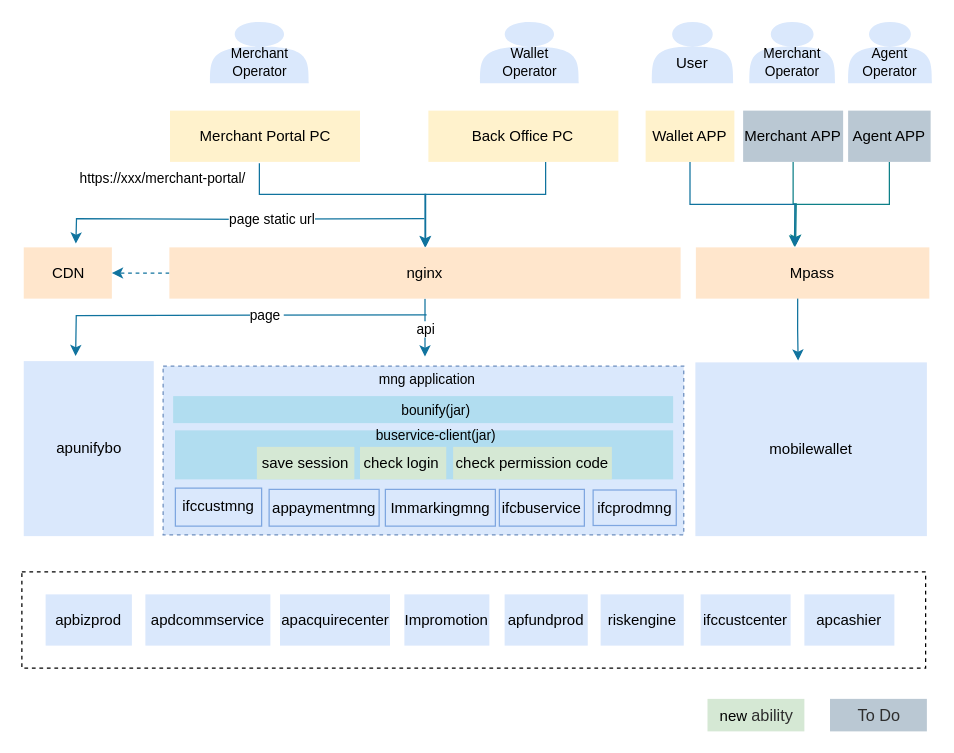
The draw.io diagram Merchant portal.drawio in renqiuming/drawio, before the edit. Source tidied: cells renumbered, new cells numbered last; positions are measured from the earlier drawing's top-left corner, leaving out a move shared by most shapes. Both pictures are drawn from the tidied source at 125%, with x=0, y=0 at pixel (21, 21).
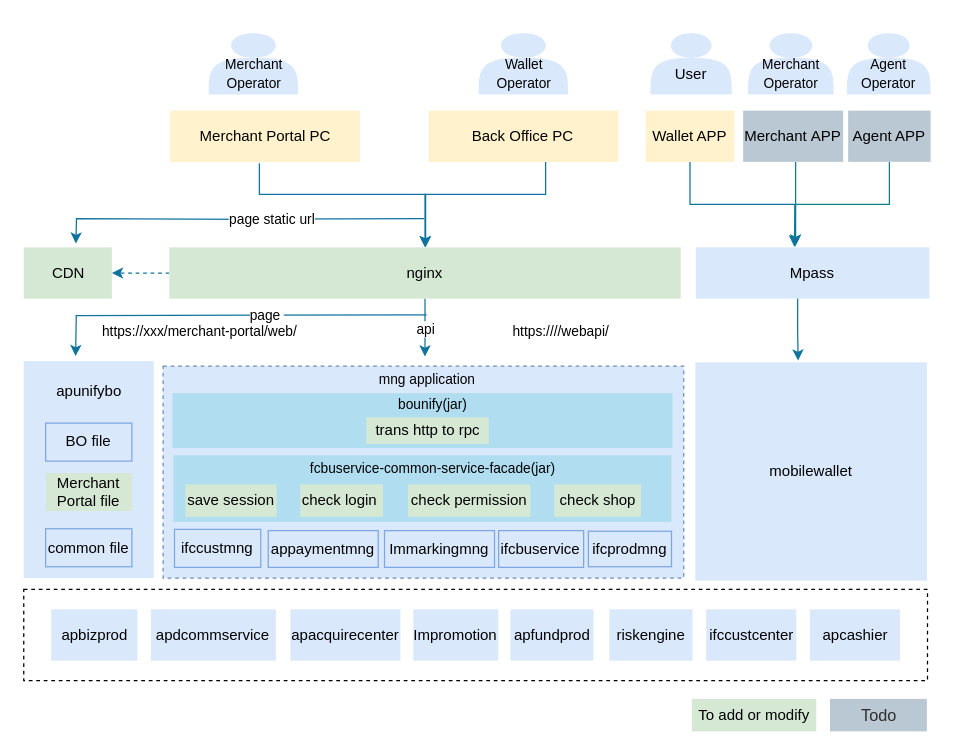
After the change.

Unchanged cells that the change refers to:
```xml
<mxCell id="5" value="Merchant&amp;nbsp;APP" style="rounded=0;whiteSpace=wrap;html=1;fillColor=#bac8d3;strokeColor=none;" parent="1" vertex="1">
  <mxGeometry x="577" y="71" width="80" height="41" as="geometry" />
</mxCell>
```

What changed in the source:
```diff
@@
     <mxCell id="2" style="rounded=0;whiteSpace=wrap;html=1;dashed=1;fillColor=#dae8fc;strokeColor=#6c8ebf;" parent="1" vertex="1">
-      <mxGeometry x="113" y="275.4" width="416.5" height="135" as="geometry" />
+      <mxGeometry x="113" y="275.4" width="416.5" height="169.6" as="geometry" />
     </mxCell>
@@
     <mxCell id="4" style="edgeStyle=orthogonalEdgeStyle;rounded=0;jettySize=auto;html=1;fillColor=#b0e3e6;strokeColor=#0e8088;" parent="1" edge="1" source="5">
       <mxGeometry relative="1" as="geometry">
         <mxPoint x="619" y="179" as="targetPoint" />
+        <Array as="points">
+          <mxPoint x="619" y="125" />
+          <mxPoint x="619" y="125" />
+        </Array>
       </mxGeometry>
     </mxCell>
@@
     <mxCell id="6" value="mobilewallet" style="rounded=0;whiteSpace=wrap;html=1;fillColor=#dae8fc;strokeColor=none;" parent="1" vertex="1">
-      <mxGeometry x="538.8" y="272.4" width="185.2" height="139" as="geometry" />
+      <mxGeometry x="538.8" y="272.4" width="185.2" height="174.6" as="geometry" />
     </mxCell>
@@
-    <mxCell id="8" value="Mpass" style="rounded=0;whiteSpace=wrap;html=1;fillColor=#ffe6cc;strokeColor=none;" parent="1" vertex="1">
+    <mxCell id="8" value="Mpass" style="rounded=0;whiteSpace=wrap;html=1;fillColor=#dae8fc;strokeColor=none;" parent="1" vertex="1">
       <mxGeometry x="539.2" y="180.4" width="186.8" height="41" as="geometry" />
     </mxCell>
@@
-    <mxCell id="12" value="nginx" style="rounded=0;whiteSpace=wrap;html=1;fillColor=#ffe6cc;strokeColor=none;" parent="1" vertex="1">
+    <mxCell id="12" value="nginx" style="rounded=0;whiteSpace=wrap;html=1;fillColor=#d5e8d4;strokeColor=none;" parent="1" vertex="1">
       <mxGeometry x="118" y="180.4" width="409" height="41" as="geometry" />
     </mxCell>
     <mxCell id="13" value="ifccustmng" style="rounded=0;whiteSpace=wrap;html=1;fillColor=none;strokeColor=#7EA6E0;" parent="1" vertex="1">
-      <mxGeometry x="122.8" y="373" width="69" height="30.4" as="geometry" />
+      <mxGeometry x="122.1" y="406" width="69" height="30.4" as="geometry" />
     </mxCell>
     <mxCell id="14" value="appaymentmng" style="rounded=0;whiteSpace=wrap;html=1;fillColor=none;strokeColor=#7EA6E0;" parent="1" vertex="1">
-      <mxGeometry x="197.8" y="374" width="88" height="29.4" as="geometry" />
+      <mxGeometry x="197.1" y="407" width="88" height="29.4" as="geometry" />
     </mxCell>
     <mxCell id="15" value="Immarkingmng" style="rounded=0;whiteSpace=wrap;html=1;fillColor=none;strokeColor=#7EA6E0;" parent="1" vertex="1">
-      <mxGeometry x="290.8" y="374" width="88" height="29.4" as="geometry" />
+      <mxGeometry x="290.1" y="407" width="88" height="29.4" as="geometry" />
     </mxCell>
     <mxCell id="16" value="ifcbuservice" style="rounded=0;whiteSpace=wrap;html=1;fillColor=none;strokeColor=#7EA6E0;" parent="1" vertex="1">
-      <mxGeometry x="382" y="374" width="68" height="29.4" as="geometry" />
+      <mxGeometry x="381.4" y="407" width="68" height="29.4" as="geometry" />
     </mxCell>
@@
-    <mxCell id="19" value="CDN" style="rounded=0;whiteSpace=wrap;html=1;fillColor=#ffe6cc;strokeColor=none;" parent="1" vertex="1">
+    <mxCell id="19" value="CDN" style="rounded=0;whiteSpace=wrap;html=1;fillColor=#d5e8d4;strokeColor=none;" parent="1" vertex="1">
       <mxGeometry x="1.5" y="180.4" width="70.5" height="41" as="geometry" />
     </mxCell>
@@
     <mxCell id="21" value="&lt;font style=&quot;font-size: 11px;&quot;&gt;&lt;br style=&quot;font-size: 11px;&quot;&gt;Agent&lt;br&gt;Operator&lt;/font&gt;" style="shape=actor;whiteSpace=wrap;html=1;fillColor=#dae8fc;strokeColor=none;" parent="1" vertex="1">
-      <mxGeometry x="661" width="67" height="49" as="geometry" />
+      <mxGeometry x="660" y="9" width="67" height="49" as="geometry" />
     </mxCell>
-    <mxCell id="22" value="&lt;div style=&quot;text-align: start;&quot;&gt;&lt;span style=&quot;caret-color: rgb(46, 46, 46);&quot;&gt;apunifybo&lt;/span&gt;&lt;/div&gt;" style="rounded=0;whiteSpace=wrap;html=1;fillColor=#dae8fc;strokeColor=none;" parent="1" vertex="1">
-      <mxGeometry x="1.5" y="271.4" width="104" height="140" as="geometry" />
+    <mxCell id="22" value="&lt;div style=&quot;text-align: start;&quot;&gt;&lt;br&gt;&lt;/div&gt;" style="rounded=0;whiteSpace=wrap;html=1;fillColor=#dae8fc;strokeColor=none;" parent="1" vertex="1">
+      <mxGeometry x="1.5" y="271.4" width="104" height="173.6" as="geometry" />
     </mxCell>
     <mxCell id="23" style="rounded=0;whiteSpace=wrap;html=1;fillColor=#b1ddf0;strokeColor=none;" parent="1" vertex="1">
-      <mxGeometry x="121" y="299.4" width="400" height="21.6" as="geometry" />
+      <mxGeometry x="120.5" y="297" width="400" height="44" as="geometry" />
     </mxCell>
@@
     <mxCell id="25" value="ifcprodmng" style="rounded=0;whiteSpace=wrap;html=1;fillColor=none;strokeColor=#7EA6E0;" parent="1" vertex="1">
-      <mxGeometry x="457" y="374.5" width="66.5" height="28.4" as="geometry" />
+      <mxGeometry x="453.2" y="407.5" width="66.5" height="28.4" as="geometry" />
     </mxCell>
-    <mxCell id="26" value="bounify(jar)" style="text;html=1;strokeColor=none;fillColor=none;align=center;verticalAlign=middle;whiteSpace=wrap;rounded=0;fontSize=11;" parent="1" vertex="1">
-      <mxGeometry x="266" y="301.4" width="131" height="20" as="geometry" />
+    <mxCell id="26" value="bounify(jar)&amp;nbsp;" style="text;html=1;strokeColor=none;fillColor=none;align=center;verticalAlign=middle;whiteSpace=wrap;rounded=0;fontSize=11;" parent="1" vertex="1">
+      <mxGeometry x="264.5" y="296.4" width="131" height="20" as="geometry" />
     </mxCell>
@@
     <mxCell id="29" value="&lt;font style=&quot;font-size: 11px;&quot;&gt;&lt;br style=&quot;font-size: 11px;&quot;&gt;Merchant &lt;br&gt;Operator&lt;/font&gt;" style="shape=actor;whiteSpace=wrap;html=1;fillColor=#dae8fc;strokeColor=none;" parent="1" vertex="1">
-      <mxGeometry x="150.5" width="79" height="49" as="geometry" />
+      <mxGeometry x="149.5" y="9" width="71.5" height="49" as="geometry" />
     </mxCell>
     <mxCell id="30" value="&lt;font style=&quot;font-size: 11px;&quot;&gt;&lt;br style=&quot;font-size: 11px;&quot;&gt;Merchant&lt;br&gt;Operator&lt;/font&gt;" style="shape=actor;whiteSpace=wrap;html=1;fillColor=#dae8fc;strokeColor=none;" parent="1" vertex="1">
-      <mxGeometry x="582" width="68.5" height="49" as="geometry" />
+      <mxGeometry x="581" y="9" width="68.5" height="49" as="geometry" />
     </mxCell>
     <mxCell id="31" value="&lt;font style=&quot;font-size: 11px;&quot;&gt;&lt;br style=&quot;font-size: 11px;&quot;&gt;Wallet&lt;br&gt;Operator&lt;/font&gt;" style="shape=actor;whiteSpace=wrap;html=1;fillColor=#dae8fc;strokeColor=none;" parent="1" vertex="1">
-      <mxGeometry x="366.5" width="79" height="49" as="geometry" />
+      <mxGeometry x="365.5" y="9" width="71.5" height="49" as="geometry" />
     </mxCell>
@@
-    <mxCell id="34" value="new&amp;nbsp;&lt;span style=&quot;caret-color: rgb(46, 46, 46); color: rgb(46, 46, 46); font-family: Hei; font-size: 13px; text-align: start; text-size-adjust: auto;&quot;&gt;ability&lt;/span&gt;" style="rounded=0;whiteSpace=wrap;html=1;fillColor=#d5e8d4;strokeColor=none;" parent="1" vertex="1">
-      <mxGeometry x="548.5" y="541.6" width="77.5" height="26" as="geometry" />
+    <mxCell id="34" value="To add or modify" style="rounded=0;whiteSpace=wrap;html=1;fillColor=#d5e8d4;strokeColor=none;" parent="1" vertex="1">
+      <mxGeometry x="536" y="541.6" width="99.5" height="26" as="geometry" />
     </mxCell>
-    <mxCell id="35" value="&lt;div style=&quot;text-align: start;&quot;&gt;&lt;span style=&quot;background-color: initial; font-size: 13px; caret-color: rgb(46, 46, 46);&quot;&gt;&lt;font face=&quot;Hei&quot; color=&quot;#2e2e2e&quot;&gt;To Do&lt;/font&gt;&lt;/span&gt;&lt;/div&gt;" style="rounded=0;whiteSpace=wrap;html=1;fillColor=#bac8d3;strokeColor=none;" parent="1" vertex="1">
+    <mxCell id="35" value="&lt;div style=&quot;text-align: start;&quot;&gt;&lt;span style=&quot;background-color: initial; font-size: 13px; caret-color: rgb(46, 46, 46);&quot;&gt;&lt;font face=&quot;Hei&quot; color=&quot;#2e2e2e&quot;&gt;Todo&lt;/font&gt;&lt;/span&gt;&lt;/div&gt;" style="rounded=0;whiteSpace=wrap;html=1;fillColor=#bac8d3;strokeColor=none;" parent="1" vertex="1">
       <mxGeometry x="646.5" y="541.6" width="77.5" height="26" as="geometry" />
     </mxCell>
     <mxCell id="36" style="rounded=0;whiteSpace=wrap;html=1;dashed=1;fillColor=none;" parent="1" vertex="1">
-      <mxGeometry y="440" width="723" height="77" as="geometry" />
+      <mxGeometry x="1.5" y="454" width="723" height="73" as="geometry" />
     </mxCell>
@@
     <mxCell id="39" value="apbizprod" style="rounded=0;whiteSpace=wrap;html=1;fillColor=#dae8fc;strokeColor=none;" parent="1" vertex="1">
-      <mxGeometry x="19" y="458" width="69" height="41" as="geometry" />
+      <mxGeometry x="23.5" y="470" width="69" height="41" as="geometry" />
     </mxCell>
     <mxCell id="40" value="apdcommservice" style="rounded=0;whiteSpace=wrap;html=1;fillColor=#dae8fc;strokeColor=none;" parent="1" vertex="1">
-      <mxGeometry x="98.8" y="458" width="100" height="41" as="geometry" />
+      <mxGeometry x="103.2" y="470" width="100" height="41" as="geometry" />
     </mxCell>
     <mxCell id="41" value="&lt;div style=&quot;text-align: left;&quot;&gt;apacquirecenter&lt;/div&gt;" style="rounded=0;whiteSpace=wrap;html=1;fillColor=#dae8fc;strokeColor=none;" parent="1" vertex="1">
-      <mxGeometry x="206.5" y="458" width="88" height="41" as="geometry" />
+      <mxGeometry x="214.8" y="470" width="88" height="41" as="geometry" />
     </mxCell>
     <mxCell id="42" value="Impromotion" style="rounded=0;whiteSpace=wrap;html=1;fillColor=#dae8fc;strokeColor=none;" parent="1" vertex="1">
-      <mxGeometry x="306" y="458" width="68" height="41" as="geometry" />
+      <mxGeometry x="313.1" y="470" width="68" height="41" as="geometry" />
     </mxCell>
     <mxCell id="43" value="apfundprod" style="rounded=0;whiteSpace=wrap;html=1;fillColor=#dae8fc;strokeColor=none;" parent="1" vertex="1">
-      <mxGeometry x="386.2" y="458" width="66.5" height="41" as="geometry" />
+      <mxGeometry x="390.8" y="470" width="66.5" height="41" as="geometry" />
     </mxCell>
     <mxCell id="44" value="&lt;br&gt;User" style="shape=actor;whiteSpace=wrap;html=1;fillColor=#dae8fc;strokeColor=none;" parent="1" vertex="1">
-      <mxGeometry x="504" width="65" height="49" as="geometry" />
+      <mxGeometry x="503" y="9" width="65" height="49" as="geometry" />
     </mxCell>
-    <mxCell id="45" value="https://xxx/merchant-portal/" style="text;html=1;strokeColor=none;fillColor=none;align=center;verticalAlign=middle;whiteSpace=wrap;rounded=0;fontSize=11;" parent="1" vertex="1">
-      <mxGeometry x="21" y="110" width="184" height="30" as="geometry" />
+    <mxCell id="45" value="&lt;font style=&quot;font-size: 11px;&quot;&gt;https://xxx/merchant-portal/web/&lt;/font&gt;" style="text;html=1;strokeColor=none;fillColor=none;align=center;verticalAlign=middle;whiteSpace=wrap;rounded=0;fontSize=11;" parent="1" vertex="1">
+      <mxGeometry x="5" y="233" width="275" height="30" as="geometry" />
     </mxCell>
     <mxCell id="46" value="riskengine" style="rounded=0;whiteSpace=wrap;html=1;fillColor=#dae8fc;strokeColor=none;" parent="1" vertex="1">
-      <mxGeometry x="463" y="458" width="66.5" height="41" as="geometry" />
+      <mxGeometry x="470" y="470" width="66.5" height="41" as="geometry" />
     </mxCell>
@@
     <mxCell id="49" style="rounded=0;whiteSpace=wrap;html=1;fillColor=#b1ddf0;strokeColor=none;" parent="1" vertex="1">
-      <mxGeometry x="122.5" y="326.8" width="398.5" height="39.2" as="geometry" />
+      <mxGeometry x="121.2" y="346.8" width="398.5" height="53.2" as="geometry" />
     </mxCell>
     <mxCell id="50" value="ifccustcenter" style="rounded=0;whiteSpace=wrap;html=1;fillColor=#dae8fc;strokeColor=none;" parent="1" vertex="1">
-      <mxGeometry x="543" y="458" width="72" height="41" as="geometry" />
+      <mxGeometry x="547.5" y="470" width="72" height="41" as="geometry" />
     </mxCell>
     <mxCell id="51" value="apcashier" style="rounded=0;whiteSpace=wrap;html=1;fillColor=#dae8fc;strokeColor=none;" parent="1" vertex="1">
-      <mxGeometry x="626" y="458" width="72" height="41" as="geometry" />
+      <mxGeometry x="630.5" y="470" width="72" height="41" as="geometry" />
     </mxCell>
     <mxCell id="52" value="save session" style="rounded=0;whiteSpace=wrap;html=1;fillColor=#d5e8d4;strokeColor=none;" parent="1" vertex="1">
-      <mxGeometry x="188" y="340" width="78" height="26" as="geometry" />
+      <mxGeometry x="130.8" y="370" width="73" height="26" as="geometry" />
     </mxCell>
     <mxCell id="53" value="check login&amp;nbsp;" style="rounded=0;whiteSpace=wrap;html=1;fillColor=#d5e8d4;strokeColor=none;" parent="1" vertex="1">
-      <mxGeometry x="270.5" y="340" width="69" height="26" as="geometry" />
+      <mxGeometry x="222.6" y="370" width="66.2" height="26" as="geometry" />
     </mxCell>
-    <mxCell id="54" value="check permission code" style="rounded=0;whiteSpace=wrap;html=1;fillColor=#d5e8d4;strokeColor=none;" parent="1" vertex="1">
-      <mxGeometry x="345" y="340" width="127" height="26" as="geometry" />
+    <mxCell id="54" value="check permission" style="rounded=0;whiteSpace=wrap;html=1;fillColor=#d5e8d4;strokeColor=none;" parent="1" vertex="1">
+      <mxGeometry x="308.8" y="370" width="98" height="26" as="geometry" />
     </mxCell>
-    <mxCell id="55" value="buservice-client(jar)" style="text;html=1;strokeColor=none;fillColor=none;align=center;verticalAlign=middle;whiteSpace=wrap;rounded=0;fontSize=11;" parent="1" vertex="1">
-      <mxGeometry x="266" y="321.4" width="131" height="20" as="geometry" />
+    <mxCell id="55" value="fcbuservice-common-service-facade(jar)" style="text;html=1;strokeColor=none;fillColor=none;align=center;verticalAlign=middle;whiteSpace=wrap;rounded=0;fontSize=11;" parent="1" vertex="1">
+      <mxGeometry x="207.2" y="346.8" width="244" height="20" as="geometry" />
     </mxCell>
+    <mxCell id="56" value="check shop" style="rounded=0;whiteSpace=wrap;html=1;fillColor=#d5e8d4;strokeColor=none;" parent="1" vertex="1">
+      <mxGeometry x="425.8" y="370" width="69.5" height="26" as="geometry" />
+    </mxCell>
+    <mxCell id="57" value="https:////webapi/" style="text;html=1;strokeColor=none;fillColor=none;align=center;verticalAlign=middle;whiteSpace=wrap;rounded=0;fontSize=11;" parent="1" vertex="1">
+      <mxGeometry x="324.2" y="233" width="215" height="30" as="geometry" />
+    </mxCell>
+    <mxCell id="58" value="&lt;span style=&quot;font-size: 12px; text-align: start; caret-color: rgb(46, 46, 46);&quot;&gt;apunifybo&lt;/span&gt;" style="text;html=1;strokeColor=none;fillColor=none;align=center;verticalAlign=middle;whiteSpace=wrap;rounded=0;fontSize=11;" parent="1" vertex="1">
+      <mxGeometry y="281.4" width="107.5" height="30" as="geometry" />
+    </mxCell>
+    <mxCell id="59" value="BO file" style="rounded=0;whiteSpace=wrap;html=1;fillColor=none;strokeColor=#7EA6E0;" parent="1" vertex="1">
+      <mxGeometry x="19" y="321" width="69" height="30.4" as="geometry" />
+    </mxCell>
+    <mxCell id="60" value="Merchant Portal file" style="rounded=0;whiteSpace=wrap;html=1;fillColor=#d5e8d4;strokeColor=none;" parent="1" vertex="1">
+      <mxGeometry x="19.2" y="361" width="69" height="30.4" as="geometry" />
+    </mxCell>
+    <mxCell id="61" value="common file" style="rounded=0;whiteSpace=wrap;html=1;fillColor=none;strokeColor=#7EA6E0;" parent="1" vertex="1">
+      <mxGeometry x="19" y="405.5" width="69" height="30.4" as="geometry" />
+    </mxCell>
+    <mxCell id="62" value="trans http to rpc" style="rounded=0;whiteSpace=wrap;html=1;fillColor=#d5e8d4;strokeColor=none;" parent="1" vertex="1">
+      <mxGeometry x="275.5" y="316.4" width="98" height="21.2" as="geometry" />
+    </mxCell>
```
